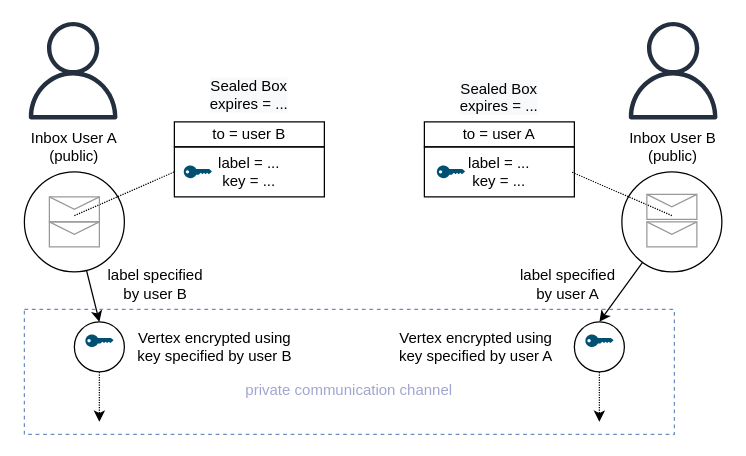
This is docs/Inbox.drawio from fsteff/certacrypt, a draw.io file, before an edit. Source tidied: cells renumbered, new cells numbered last; positions are measured from the earlier drawing's top-left corner, leaving out a move shared by most shapes. Both pictures are drawn from the tidied source at 125%, with x=0, y=0 at pixel (24, 21).
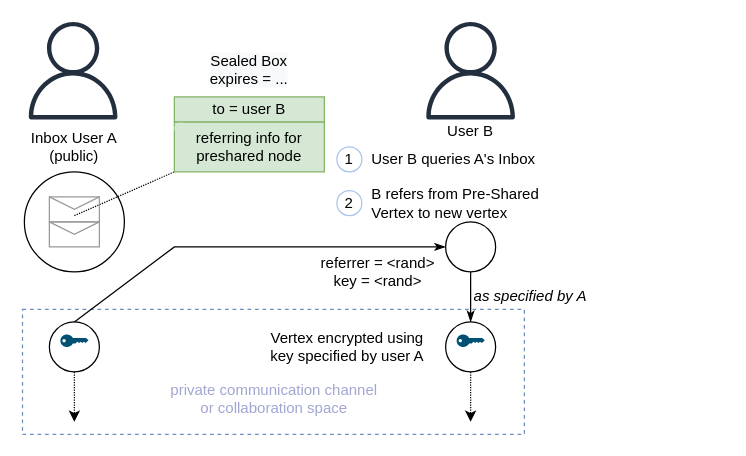
The same page after the edit.

The change refers to these unchanged cells:
```xml
<mxCell id="5" style="ellipse;whiteSpace=wrap;html=1;" parent="1" vertex="1">
  <mxGeometry y="120" width="80" height="80" as="geometry" />
</mxCell>
```

Change to the diagram source:
```diff
@@
     <mxCell id="3" style="fontColor=#232F3E;gradientColor=none;fillColor=#232F3E;strokeColor=none;dashed=0;verticalLabelPosition=bottom;verticalAlign=top;align=center;html=1;fontSize=12;fontStyle=0;shape=mxgraph.aws4.user;" parent="1" vertex="1">
-      <mxGeometry x="480" width="78" height="78" as="geometry" />
+      <mxGeometry x="318" width="78" height="78" as="geometry" />
     </mxCell>
-    <mxCell id="4" style="rounded=0;jettySize=auto;html=1;entryX=0.5;entryY=0;entryDx=0;entryDy=0;" parent="1" edge="1" source="5" target="13">
-      <mxGeometry relative="1" as="geometry" />
-    </mxCell>
@@
-    <mxCell id="7" value="Inbox User B&lt;br&gt;(public)" style="text;html=1;strokeColor=none;fillColor=none;align=center;verticalAlign=middle;whiteSpace=wrap;rounded=0;" parent="1" vertex="1">
-      <mxGeometry x="478" y="90" width="82" height="20" as="geometry" />
-    </mxCell>
@@
-    <mxCell id="9" style="edgeStyle=none;rounded=0;jettySize=auto;html=1;entryX=0.5;entryY=0;entryDx=0;entryDy=0;" parent="1" edge="1" source="10" target="15">
-      <mxGeometry relative="1" as="geometry" />
-    </mxCell>
-    <mxCell id="10" style="ellipse;whiteSpace=wrap;html=1;" parent="1" vertex="1">
-      <mxGeometry x="478" y="120" width="80" height="80" as="geometry" />
-    </mxCell>
-    <mxCell id="11" style="endArrow=none;html=1;exitX=0.5;exitY=0.5;exitDx=0;exitDy=0;exitPerimeter=0;entryX=0.75;entryY=1;entryDx=0;entryDy=0;dashed=1;dashPattern=1 1;" parent="1" edge="1">
-      <mxGeometry relative="1" as="geometry">
-        <mxPoint x="518" y="155" as="sourcePoint" />
-        <mxPoint x="437.5" y="120" as="targetPoint" />
-      </mxGeometry>
-    </mxCell>
     <mxCell id="12" style="edgeStyle=none;rounded=0;jettySize=auto;html=1;dashed=1;dashPattern=1 1;" parent="1" edge="1" source="13">
       <mxGeometry relative="1" as="geometry">
-        <mxPoint x="60" y="320" as="targetPoint" />
+        <mxPoint x="40" y="320" as="targetPoint" />
       </mxGeometry>
     </mxCell>
     <mxCell id="13" style="ellipse;whiteSpace=wrap;html=1;" parent="1" vertex="1">
-      <mxGeometry x="40" y="240" width="40" height="40" as="geometry" />
+      <mxGeometry x="20" y="240" width="40" height="40" as="geometry" />
     </mxCell>
     <mxCell id="14" style="edgeStyle=none;rounded=0;jettySize=auto;html=1;dashed=1;dashPattern=1 1;" parent="1" edge="1" source="15">
       <mxGeometry relative="1" as="geometry">
-        <mxPoint x="460" y="320" as="targetPoint" />
+        <mxPoint x="357" y="320" as="targetPoint" />
       </mxGeometry>
     </mxCell>
     <mxCell id="15" style="ellipse;whiteSpace=wrap;html=1;" parent="1" vertex="1">
-      <mxGeometry x="440" y="240" width="40" height="40" as="geometry" />
+      <mxGeometry x="337" y="240" width="40" height="40" as="geometry" />
     </mxCell>
-    <mxCell id="16" value="label specified by user B" style="text;html=1;strokeColor=none;fillColor=none;align=center;verticalAlign=middle;whiteSpace=wrap;rounded=0;" parent="1" vertex="1">
-      <mxGeometry x="60" y="200" width="90" height="20" as="geometry" />
-    </mxCell>
-    <mxCell id="17" value="label specified by user A" style="text;html=1;strokeColor=none;fillColor=none;align=center;verticalAlign=middle;whiteSpace=wrap;rounded=0;" parent="1" vertex="1">
-      <mxGeometry x="390" y="200" width="90" height="20" as="geometry" />
-    </mxCell>
-    <mxCell id="18" value="Vertex encrypted using key specified by user B" style="text;html=1;strokeColor=none;fillColor=none;align=center;verticalAlign=middle;whiteSpace=wrap;rounded=0;" parent="1" vertex="1">
-      <mxGeometry x="85" y="250" width="135" height="20" as="geometry" />
-    </mxCell>
     <mxCell id="19" value="Vertex encrypted using key specified by user A" style="text;html=1;strokeColor=none;fillColor=none;align=center;verticalAlign=middle;whiteSpace=wrap;rounded=0;" parent="1" vertex="1">
-      <mxGeometry x="294" y="250" width="135" height="20" as="geometry" />
+      <mxGeometry x="191" y="250" width="135" height="20" as="geometry" />
     </mxCell>
-    <mxCell id="20" value="&lt;font color=&quot;#a1a6d1&quot;&gt;&lt;br&gt;&lt;br&gt;private communication channel&lt;/font&gt;" style="rounded=0;whiteSpace=wrap;html=1;dashed=1;strokeColor=#6c8ebf;fillColor=none;" parent="1" vertex="1">
-      <mxGeometry y="230" width="520" height="100" as="geometry" />
+    <mxCell id="20" value="&lt;font color=&quot;#a1a6d1&quot;&gt;&lt;br&gt;&lt;br&gt;&lt;br&gt;private communication channel&lt;br&gt;or collaboration space&lt;br&gt;&lt;/font&gt;" style="rounded=0;whiteSpace=wrap;html=1;dashed=1;strokeColor=#6c8ebf;fillColor=none;" parent="1" vertex="1">
+      <mxGeometry x="-1.5" y="230" width="401.5" height="100" as="geometry" />
     </mxCell>
@@
-    <mxCell id="23" style="verticalLabelPosition=bottom;shadow=0;dashed=0;align=center;html=1;verticalAlign=top;strokeWidth=1;shape=mxgraph.mockup.misc.mail2;strokeColor=#999999;fillColor=none;" parent="1" vertex="1">
-      <mxGeometry x="498" y="138" width="40" height="20" as="geometry" />
-    </mxCell>
-    <mxCell id="24" style="verticalLabelPosition=bottom;shadow=0;dashed=0;align=center;html=1;verticalAlign=top;strokeWidth=1;shape=mxgraph.mockup.misc.mail2;strokeColor=#999999;fillColor=none;" parent="1" vertex="1">
-      <mxGeometry x="498" y="160" width="40" height="20" as="geometry" />
-    </mxCell>
-    <mxCell id="25" value="&lt;span&gt;label = ...&lt;/span&gt;&lt;br&gt;&lt;span&gt;key = ...&lt;/span&gt;" style="rounded=0;whiteSpace=wrap;html=1;fillColor=none;" parent="1" vertex="1">
-      <mxGeometry x="120" y="100" width="120" height="40" as="geometry" />
+    <mxCell id="25" value="referring info for&lt;br&gt;preshared node" style="rounded=0;whiteSpace=wrap;html=1;fillColor=#d5e8d4;strokeColor=#82b366;" parent="1" vertex="1">
+      <mxGeometry x="120" y="80" width="120" height="40" as="geometry" />
     </mxCell>
-    <mxCell id="26" value="&lt;span&gt;label = ...&lt;/span&gt;&lt;br&gt;&lt;span&gt;key = ...&lt;/span&gt;" style="rounded=0;whiteSpace=wrap;html=1;fillColor=none;" parent="1" vertex="1">
-      <mxGeometry x="320" y="100" width="120" height="40" as="geometry" />
-    </mxCell>
-    <mxCell id="27" style="verticalLabelPosition=bottom;html=1;verticalAlign=top;align=center;shape=mxgraph.cisco19.key;fillColor=#005073;strokeColor=none;" parent="1" vertex="1">
-      <mxGeometry x="127.5" y="114.9" width="22.5" height="10.1" as="geometry" />
+    <mxCell id="27" style="verticalLabelPosition=bottom;html=1;verticalAlign=top;align=center;shape=mxgraph.cisco19.key;fillColor=#d5e8d4;strokeColor=#82b366;" parent="1" vertex="1">
+      <mxGeometry x="120" y="80" width="22.5" height="10.1" as="geometry" />
     </mxCell>
-    <mxCell id="28" style="verticalLabelPosition=bottom;html=1;verticalAlign=top;align=center;shape=mxgraph.cisco19.key;fillColor=#005073;strokeColor=none;" parent="1" vertex="1">
-      <mxGeometry x="330" y="114.9" width="22.5" height="10.1" as="geometry" />
-    </mxCell>
+    <mxCell id="35" style="rounded=0;jettySize=auto;html=1;entryX=0;entryY=0.5;entryDx=0;entryDy=0;startArrow=none;startFill=0;endArrow=classicThin;endFill=1;strokeColor=#000000;exitX=0.5;exitY=0;exitDx=0;exitDy=0;" parent="1" edge="1" source="13" target="37">
+      <mxGeometry relative="1" as="geometry">
+        <Array as="points">
+          <mxPoint x="120" y="180" />
+        </Array>
+      </mxGeometry>
+    </mxCell>
     <mxCell id="29" style="verticalLabelPosition=bottom;html=1;verticalAlign=top;align=center;shape=mxgraph.cisco19.key;fillColor=#005073;strokeColor=none;" parent="1" vertex="1">
-      <mxGeometry x="48.8" y="250" width="22.5" height="10.1" as="geometry" />
+      <mxGeometry x="28.8" y="250" width="22.5" height="10.1" as="geometry" />
     </mxCell>
     <mxCell id="30" style="verticalLabelPosition=bottom;html=1;verticalAlign=top;align=center;shape=mxgraph.cisco19.key;fillColor=#005073;strokeColor=none;" parent="1" vertex="1">
-      <mxGeometry x="448.8" y="250" width="22.5" height="10.1" as="geometry" />
+      <mxGeometry x="345.8" y="250" width="22.5" height="10.1" as="geometry" />
     </mxCell>
-    <mxCell id="31" value="to = user B" style="rounded=0;whiteSpace=wrap;html=1;fillColor=none;" parent="1" vertex="1">
-      <mxGeometry x="120" y="80" width="120" height="20" as="geometry" />
+    <mxCell id="31" value="to = user B" style="rounded=0;whiteSpace=wrap;html=1;fillColor=#d5e8d4;strokeColor=#82b366;" parent="1" vertex="1">
+      <mxGeometry x="120" y="60" width="120" height="20" as="geometry" />
     </mxCell>
-    <mxCell id="32" value="to = user A" style="rounded=0;whiteSpace=wrap;html=1;fillColor=none;" parent="1" vertex="1">
-      <mxGeometry x="320" y="80" width="120" height="20" as="geometry" />
-    </mxCell>
     <mxCell id="33" value="&lt;span style=&quot;color: rgb(0, 0, 0); font-family: helvetica; font-size: 12px; font-style: normal; font-weight: 400; letter-spacing: normal; text-indent: 0px; text-transform: none; word-spacing: 0px; background-color: rgb(248, 249, 250);&quot;&gt;Sealed Box&lt;/span&gt;&lt;span style=&quot;color: rgb(0, 0, 0); font-family: helvetica; font-size: 12px; font-style: normal; font-weight: 400; letter-spacing: normal; text-indent: 0px; text-transform: none; word-spacing: 0px; background-color: rgb(248, 249, 250);&quot;&gt;&lt;br&gt;expires = ...&lt;/span&gt;" style="text;whiteSpace=wrap;html=1;align=center;" parent="1" vertex="1">
-      <mxGeometry x="135" y="38" width="90" height="40" as="geometry" />
+      <mxGeometry x="135" y="18" width="90" height="40" as="geometry" />
     </mxCell>
-    <mxCell id="34" value="&lt;span style=&quot;color: rgb(0, 0, 0); font-family: helvetica; font-size: 12px; font-style: normal; font-weight: 400; letter-spacing: normal; text-indent: 0px; text-transform: none; word-spacing: 0px; background-color: rgb(248, 249, 250);&quot;&gt;Sealed Box&lt;/span&gt;&lt;span style=&quot;color: rgb(0, 0, 0); font-family: helvetica; font-size: 12px; font-style: normal; font-weight: 400; letter-spacing: normal; text-indent: 0px; text-transform: none; word-spacing: 0px; background-color: rgb(248, 249, 250);&quot;&gt;&lt;br&gt;expires = ...&lt;/span&gt;" style="text;whiteSpace=wrap;html=1;align=center;" parent="1" vertex="1">
-      <mxGeometry x="335" y="40" width="90" height="40" as="geometry" />
-    </mxCell>
+    <mxCell id="36" style="edgeStyle=orthogonalEdgeStyle;rounded=0;jettySize=auto;html=1;entryX=0.5;entryY=0;entryDx=0;entryDy=0;startArrow=none;startFill=0;endArrow=classicThin;endFill=1;strokeColor=#000000;" parent="1" edge="1" source="37" target="15">
+      <mxGeometry relative="1" as="geometry" />
+    </mxCell>
+    <mxCell id="37" style="ellipse;whiteSpace=wrap;html=1;align=left;" parent="1" vertex="1">
+      <mxGeometry x="337" y="160" width="40" height="40" as="geometry" />
+    </mxCell>
+    <mxCell id="38" value="referrer = &amp;lt;rand&amp;gt;&lt;br&gt;key = &amp;lt;rand&amp;gt;" style="text;html=1;strokeColor=none;fillColor=none;align=center;verticalAlign=middle;whiteSpace=wrap;rounded=0;" parent="1" vertex="1">
+      <mxGeometry x="225" y="190" width="116" height="20" as="geometry" />
+    </mxCell>
+    <mxCell id="39" value="User B" style="text;html=1;strokeColor=none;fillColor=none;align=center;verticalAlign=middle;whiteSpace=wrap;rounded=0;" parent="1" vertex="1">
+      <mxGeometry x="337" y="78" width="40" height="20" as="geometry" />
+    </mxCell>
+    <mxCell id="40" value="1" style="ellipse;whiteSpace=wrap;html=1;strokeColor=#A9C4EB;fillColor=none;align=center;" parent="1" vertex="1">
+      <mxGeometry x="250" y="100" width="20" height="20" as="geometry" />
+    </mxCell>
+    <mxCell id="41" value="User B queries A's Inbox" style="text;html=1;strokeColor=none;fillColor=none;align=left;verticalAlign=middle;whiteSpace=wrap;rounded=0;" parent="1" vertex="1">
+      <mxGeometry x="276" y="100" width="145" height="20" as="geometry" />
+    </mxCell>
+    <mxCell id="42" value="2" style="ellipse;whiteSpace=wrap;html=1;strokeColor=#A9C4EB;fillColor=none;align=center;" parent="1" vertex="1">
+      <mxGeometry x="250" y="135" width="20" height="20" as="geometry" />
+    </mxCell>
+    <mxCell id="43" value="B refers from Pre-Shared Vertex to new vertex" style="text;html=1;strokeColor=none;fillColor=none;align=left;verticalAlign=middle;whiteSpace=wrap;rounded=0;" parent="1" vertex="1">
+      <mxGeometry x="276" y="130" width="145" height="30" as="geometry" />
+    </mxCell>
+    <mxCell id="44" value="&lt;i&gt;as specified by A&lt;/i&gt;" style="text;html=1;strokeColor=none;fillColor=none;align=center;verticalAlign=middle;whiteSpace=wrap;rounded=0;" parent="1" vertex="1">
+      <mxGeometry x="350" y="210" width="110" height="20" as="geometry" />
+    </mxCell>
```
